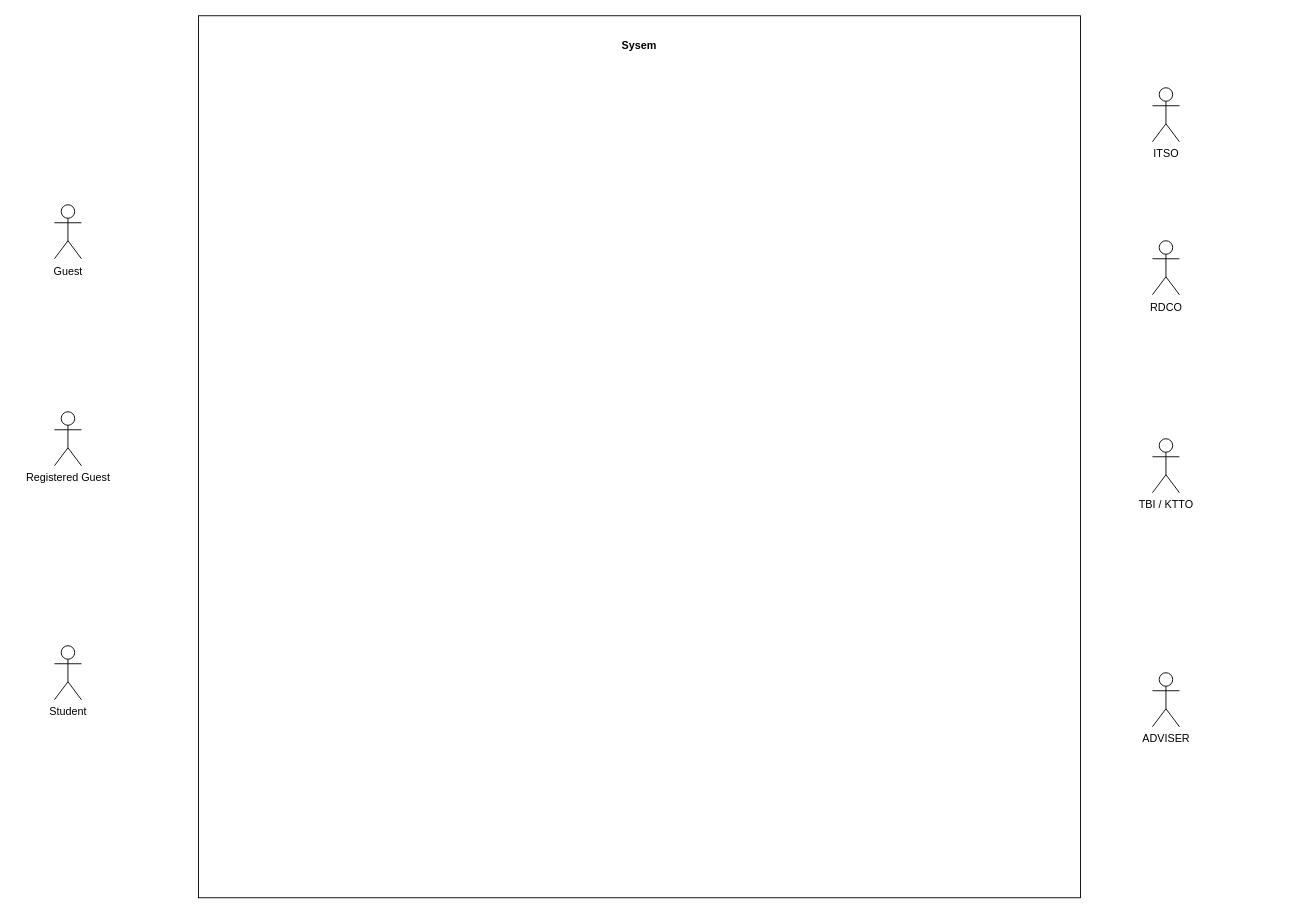
Earlier version of the draw.io diagram Untitled Diagram.drawio (leam123/Diagrams). Source tidied: cells renumbered, new cells numbered last; positions are measured from the earlier drawing's top-left corner, leaving out a move shared by most shapes. Both pictures are drawn from the tidied source at 90%, with x=0, y=0 at pixel (54, 15).
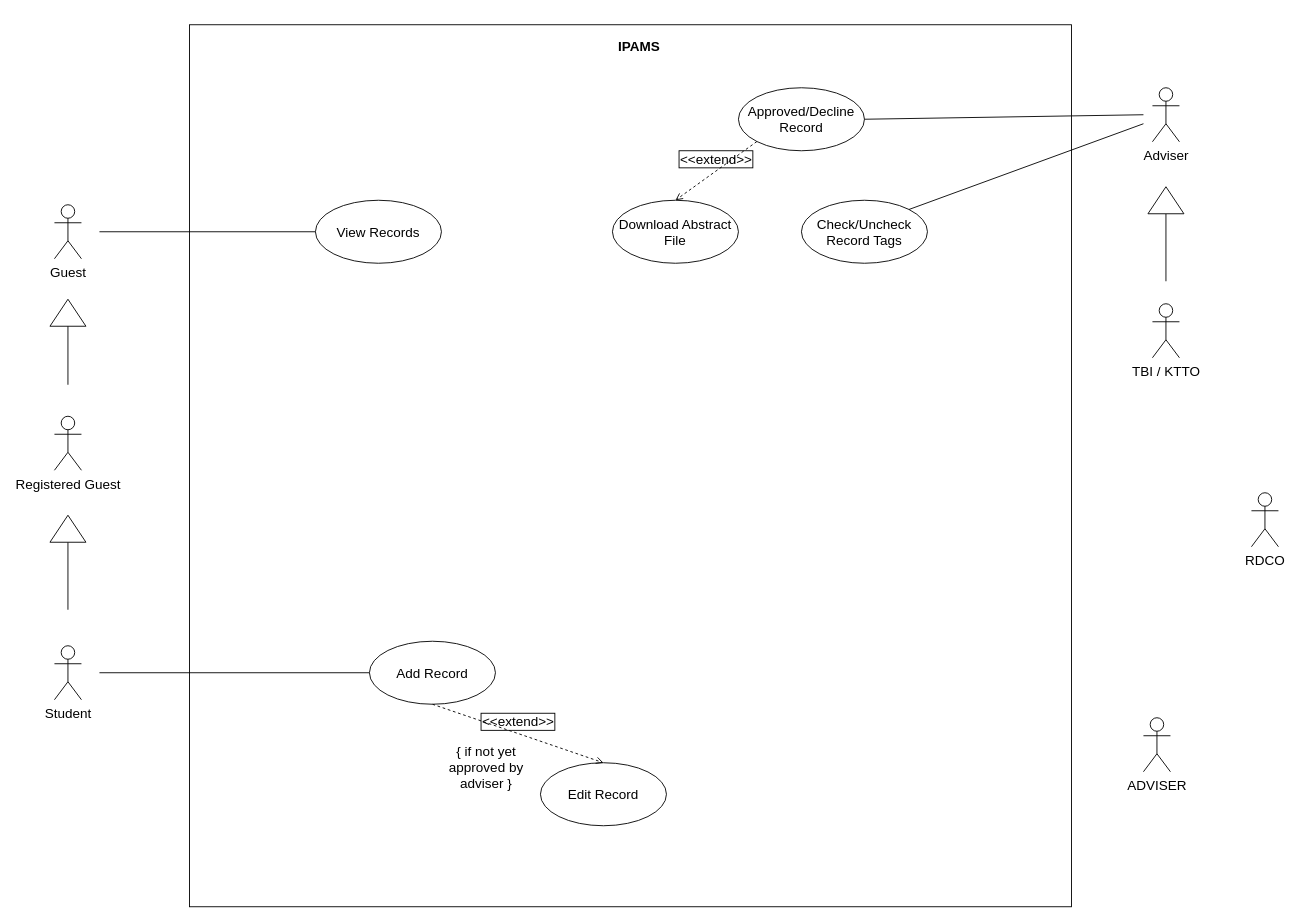
The same diagram, later.

The edit, as a diff of the source:
```diff
@@
     <mxCell id="2" style="whiteSpace=wrap;html=1;" parent="1" vertex="1">
-      <mxGeometry x="160" width="980" height="980" as="geometry" />
+      <mxGeometry x="150" y="10" width="980" height="980" as="geometry" />
     </mxCell>
-    <mxCell id="3" value="Guest" style="shape=umlActor;verticalLabelPosition=bottom;verticalAlign=top;html=1;" parent="1" vertex="1">
+    <mxCell id="3" value="Guest" style="shape=umlActor;verticalLabelPosition=bottom;verticalAlign=top;html=1;fontSize=15;" parent="1" vertex="1">
       <mxGeometry y="210" width="30" height="60" as="geometry" />
     </mxCell>
-    <mxCell id="4" value="Sysem" style="text;align=center;fontStyle=1;verticalAlign=middle;spacingLeft=3;spacingRight=3;strokeColor=none;" parent="1" vertex="1">
+    <mxCell id="4" value="IPAMS" style="text;align=center;fontStyle=1;verticalAlign=middle;spacingLeft=3;spacingRight=3;strokeColor=none;fontSize=15;" parent="1" vertex="1">
       <mxGeometry x="610" y="20" width="80" height="26" as="geometry" />
     </mxCell>
-    <mxCell id="5" value="Registered Guest" style="shape=umlActor;verticalLabelPosition=bottom;verticalAlign=top;html=1;" parent="1" vertex="1">
-      <mxGeometry y="440" width="30" height="60" as="geometry" />
+    <mxCell id="5" value="Registered Guest" style="shape=umlActor;verticalLabelPosition=bottom;verticalAlign=top;html=1;fontSize=15;" parent="1" vertex="1">
+      <mxGeometry y="445" width="30" height="60" as="geometry" />
     </mxCell>
-    <mxCell id="6" value="Student" style="shape=umlActor;verticalLabelPosition=bottom;verticalAlign=top;html=1;" parent="1" vertex="1">
+    <mxCell id="6" value="Student" style="shape=umlActor;verticalLabelPosition=bottom;verticalAlign=top;html=1;fontSize=15;" parent="1" vertex="1">
       <mxGeometry y="700" width="30" height="60" as="geometry" />
     </mxCell>
-    <mxCell id="7" value="TBI / KTTO" style="shape=umlActor;verticalLabelPosition=bottom;verticalAlign=top;html=1;" parent="1" vertex="1">
-      <mxGeometry x="1220" y="470" width="30" height="60" as="geometry" />
+    <mxCell id="7" value="TBI / KTTO" style="shape=umlActor;verticalLabelPosition=bottom;verticalAlign=top;html=1;fontSize=15;" parent="1" vertex="1">
+      <mxGeometry x="1220" y="320" width="30" height="60" as="geometry" />
     </mxCell>
-    <mxCell id="8" value="RDCO" style="shape=umlActor;verticalLabelPosition=bottom;verticalAlign=top;html=1;" parent="1" vertex="1">
-      <mxGeometry x="1220" y="250" width="30" height="60" as="geometry" />
+    <mxCell id="8" value="RDCO" style="shape=umlActor;verticalLabelPosition=bottom;verticalAlign=top;html=1;fontSize=15;" parent="1" vertex="1">
+      <mxGeometry x="1330" y="530" width="30" height="60" as="geometry" />
     </mxCell>
-    <mxCell id="9" value="ADVISER" style="shape=umlActor;verticalLabelPosition=bottom;verticalAlign=top;html=1;" parent="1" vertex="1">
-      <mxGeometry x="1220" y="730" width="30" height="60" as="geometry" />
+    <mxCell id="9" value="ADVISER" style="shape=umlActor;verticalLabelPosition=bottom;verticalAlign=top;html=1;fontSize=15;" parent="1" vertex="1">
+      <mxGeometry x="1210" y="780" width="30" height="60" as="geometry" />
     </mxCell>
-    <mxCell id="10" value="ITSO" style="shape=umlActor;verticalLabelPosition=bottom;verticalAlign=top;html=1;" parent="1" vertex="1">
+    <mxCell id="10" value="Adviser" style="shape=umlActor;verticalLabelPosition=bottom;verticalAlign=top;html=1;fontSize=15;" parent="1" vertex="1">
       <mxGeometry x="1220" y="80" width="30" height="60" as="geometry" />
     </mxCell>
+    <mxCell id="11" style="endArrow=none;html=1;rounded=0;" parent="1" edge="1">
+      <mxGeometry relative="1" as="geometry">
+        <mxPoint x="50" y="240" as="sourcePoint" />
+        <mxPoint x="290" y="240" as="targetPoint" />
+      </mxGeometry>
+    </mxCell>
+    <mxCell id="12" value="&lt;font style=&quot;font-size: 15px&quot;&gt;View Records&lt;/font&gt;" style="ellipse;whiteSpace=wrap;html=1;" parent="1" vertex="1">
+      <mxGeometry x="290" y="205" width="140" height="70" as="geometry" />
+    </mxCell>
+    <mxCell id="13" style="endArrow=none;html=1;rounded=0;entryX=0;entryY=0.5;entryDx=0;entryDy=0;" parent="1" edge="1" target="14">
+      <mxGeometry relative="1" as="geometry">
+        <mxPoint x="50" y="730" as="sourcePoint" />
+      </mxGeometry>
+    </mxCell>
+    <mxCell id="14" value="&lt;font style=&quot;font-size: 15px&quot;&gt;Add Record&lt;/font&gt;" style="ellipse;whiteSpace=wrap;html=1;" parent="1" vertex="1">
+      <mxGeometry x="350" y="695" width="140" height="70" as="geometry" />
+    </mxCell>
+    <mxCell id="15" style="endArrow=none;html=1;rounded=0;labelBorderColor=default;fontSize=15;entryX=0;entryY=0.5;entryDx=0;entryDy=0;" parent="1" edge="1" target="16">
+      <mxGeometry relative="1" as="geometry">
+        <mxPoint x="15" y="660" as="sourcePoint" />
+      </mxGeometry>
+    </mxCell>
+    <mxCell id="16" style="triangle;whiteSpace=wrap;html=1;fontSize=15;rotation=-90;" parent="1" vertex="1">
+      <mxGeometry y="550" width="30" height="40" as="geometry" />
+    </mxCell>
+    <mxCell id="17" style="triangle;whiteSpace=wrap;html=1;fontSize=15;rotation=-90;" parent="1" vertex="1">
+      <mxGeometry y="310" width="30" height="40" as="geometry" />
+    </mxCell>
+    <mxCell id="18" style="endArrow=none;html=1;rounded=0;labelBorderColor=default;fontSize=15;entryX=0;entryY=0.5;entryDx=0;entryDy=0;" parent="1" edge="1" target="17">
+      <mxGeometry relative="1" as="geometry">
+        <mxPoint x="15" y="410" as="sourcePoint" />
+      </mxGeometry>
+    </mxCell>
+    <mxCell id="19" style="endArrow=none;html=1;rounded=0;labelBorderColor=default;fontSize=15;entryX=0;entryY=0.5;entryDx=0;entryDy=0;" parent="1" edge="1" target="20">
+      <mxGeometry relative="1" as="geometry">
+        <mxPoint x="1235" y="295" as="sourcePoint" />
+      </mxGeometry>
+    </mxCell>
+    <mxCell id="20" style="triangle;whiteSpace=wrap;html=1;fontSize=15;rotation=-90;" parent="1" vertex="1">
+      <mxGeometry x="1220" y="185" width="30" height="40" as="geometry" />
+    </mxCell>
+    <mxCell id="21" value="&lt;font style=&quot;font-size: 15px&quot;&gt;Approved/Decline Record&lt;/font&gt;" style="ellipse;whiteSpace=wrap;html=1;" parent="1" vertex="1">
+      <mxGeometry x="760" y="80" width="140" height="70" as="geometry" />
+    </mxCell>
+    <mxCell id="22" style="endArrow=none;html=1;rounded=0;labelBorderColor=default;fontSize=15;exitX=1;exitY=0.5;exitDx=0;exitDy=0;" parent="1" edge="1" source="21">
+      <mxGeometry relative="1" as="geometry">
+        <mxPoint x="1210" y="110" as="targetPoint" />
+      </mxGeometry>
+    </mxCell>
+    <mxCell id="23" value="&lt;font style=&quot;font-size: 15px&quot;&gt;Download Abstract File&lt;/font&gt;" style="ellipse;whiteSpace=wrap;html=1;" parent="1" vertex="1">
+      <mxGeometry x="620" y="205" width="140" height="70" as="geometry" />
+    </mxCell>
+    <mxCell id="24" value="&amp;lt;&amp;lt;extend&amp;gt;&amp;gt;" style="html=1;verticalAlign=bottom;labelBackgroundColor=none;endArrow=open;endFill=0;dashed=1;rounded=0;labelBorderColor=default;fontSize=15;exitX=0;exitY=1;exitDx=0;exitDy=0;entryX=0.5;entryY=0;entryDx=0;entryDy=0;" parent="1" edge="1" source="21" target="23">
+      <mxGeometry relative="1" as="geometry" />
+    </mxCell>
+    <mxCell id="25" value="&lt;span style=&quot;font-size: 15px&quot;&gt;Check/Uncheck Record Tags&lt;/span&gt;" style="ellipse;whiteSpace=wrap;html=1;" parent="1" vertex="1">
+      <mxGeometry x="830" y="205" width="140" height="70" as="geometry" />
+    </mxCell>
+    <mxCell id="26" style="endArrow=none;html=1;rounded=0;labelBorderColor=default;fontSize=15;exitX=1;exitY=0;exitDx=0;exitDy=0;" parent="1" edge="1" source="25">
+      <mxGeometry relative="1" as="geometry">
+        <mxPoint x="1210" y="120" as="targetPoint" />
+      </mxGeometry>
+    </mxCell>
+    <mxCell id="27" value="&lt;font style=&quot;font-size: 15px&quot;&gt;Edit Record&lt;/font&gt;" style="ellipse;whiteSpace=wrap;html=1;" parent="1" vertex="1">
+      <mxGeometry x="540" y="830" width="140" height="70" as="geometry" />
+    </mxCell>
+    <mxCell id="28" value="&amp;lt;&amp;lt;extend&amp;gt;&amp;gt;" style="html=1;verticalAlign=bottom;labelBackgroundColor=none;endArrow=open;endFill=0;dashed=1;rounded=0;labelBorderColor=default;fontSize=15;exitX=0.5;exitY=1;exitDx=0;exitDy=0;entryX=0.5;entryY=0;entryDx=0;entryDy=0;" parent="1" edge="1" source="14" target="27">
+      <mxGeometry relative="1" as="geometry" />
+    </mxCell>
+    <mxCell id="29" value="{ if not yet approved by adviser }" style="text;html=1;strokeColor=none;fillColor=none;align=center;verticalAlign=middle;whiteSpace=wrap;rounded=0;fontSize=15;" parent="1" vertex="1">
+      <mxGeometry x="420" y="790" width="120" height="90" as="geometry" />
+    </mxCell>
```
